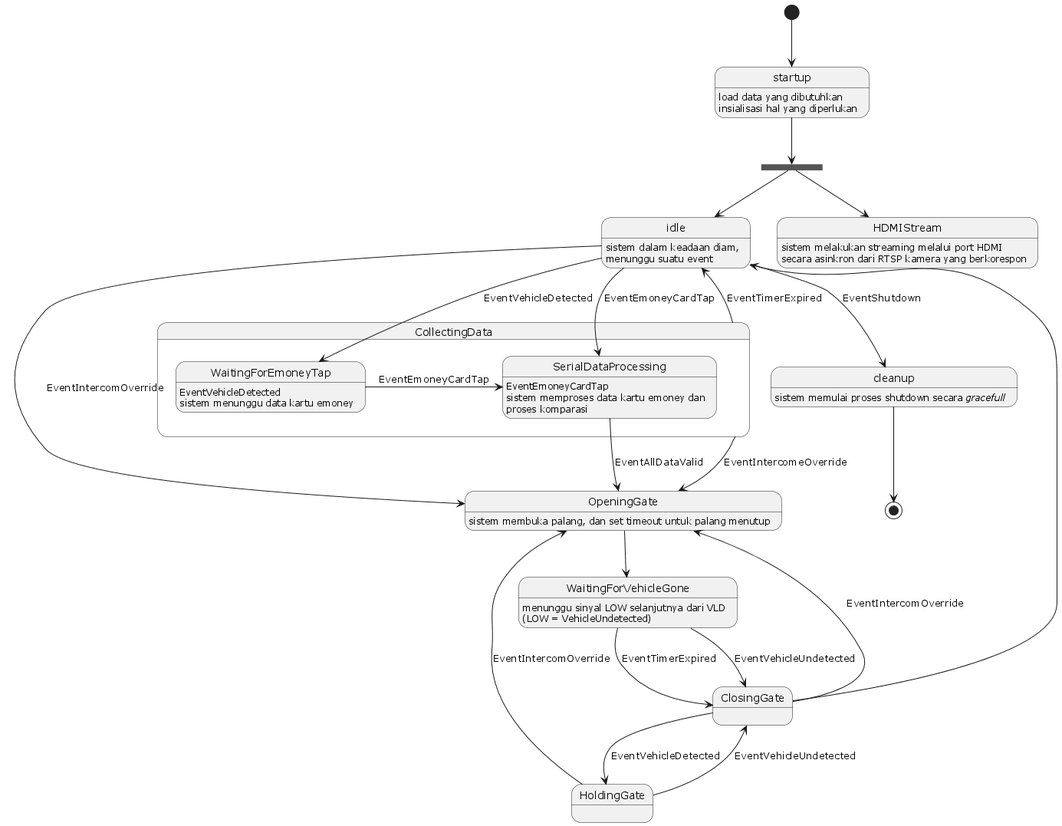
The PlantUML diagram assets/app_state.png in Berigoo/onegate-parking, before a commit.
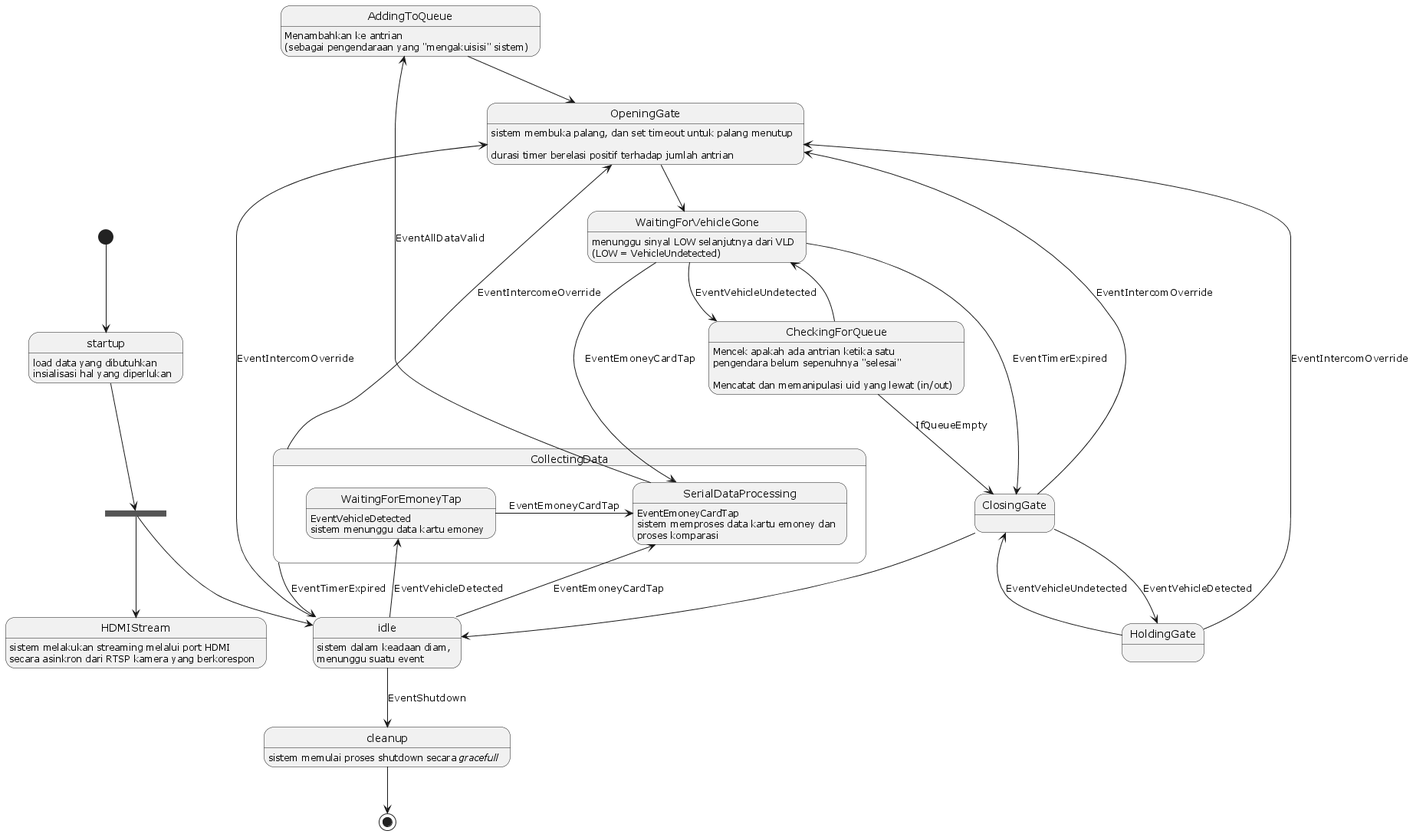
After the change.

What changed in the source:
```diff
@@ -12,19 +12,25 @@
 	idle --> SerialDataProcessing : EventEmoneyCardTap
 	WaitingForEmoneyTap -right-> SerialDataProcessing : EventEmoneyCardTap
 }
-SerialDataProcessing --> OpeningGate : EventAllDataValid
+SerialDataProcessing -left-> AddingToQueue : EventAllDataValid
+AddingToQueue --> OpeningGate
+
 CollectingData --> idle : EventTimerExpired
 CollectingData --> OpeningGate : EventIntercomeOverride
 
 OpeningGate --> WaitingForVehicleGone
+
+WaitingForVehicleGone --> SerialDataProcessing : EventEmoneyCardTap
 
 ClosingGate --> HoldingGate : EventVehicleDetected
 
 HoldingGate --> ClosingGate : EventVehicleUndetected
 HoldingGate --> OpeningGate : EventIntercomOverride
 
-WaitingForVehicleGone --> ClosingGate : EventVehicleUndetected
+WaitingForVehicleGone --> CheckingForQueue : EventVehicleUndetected
 WaitingForVehicleGone --> ClosingGate : EventTimerExpired
+CheckingForQueue --> ClosingGate : IfQueueEmpty
+CheckingForQueue --> WaitingForVehicleGone
 
 ClosingGate --> idle
 ClosingGate --> OpeningGate : EventIntercomOverride
@@ -38,7 +44,9 @@
 idle : sistem dalam keadaan diam,\nmenunggu suatu event
 WaitingForEmoneyTap : sistem menunggu data kartu emoney
 SerialDataProcessing : sistem memproses data kartu emoney dan\nproses komparasi
-OpeningGate : sistem membuka palang, dan set timeout untuk palang menutup
+OpeningGate : sistem membuka palang, dan set timeout untuk palang menutup\n\ndurasi timer berelasi positif terhadap jumlah antrian
+CheckingForQueue : Mencek apakah ada antrian ketika satu\npengendara belum sepenuhnya "selesai"\n\nMencatat dan memanipulasi uid yang lewat (in/out)
+AddingToQueue : Menambahkan ke antrian\n(sebagai pengendaraan yang "mengakuisisi" sistem)
 WaitingForVehicleGone : menunggu sinyal LOW selanjutnya dari VLD\n(LOW = VehicleUndetected)
 cleanup : sistem memulai proses shutdown secara <i>gracefull</i>
 HDMIStream : sistem melakukan streaming melalui port HDMI\nsecara asinkron dari RTSP kamera yang berkorespon
```
